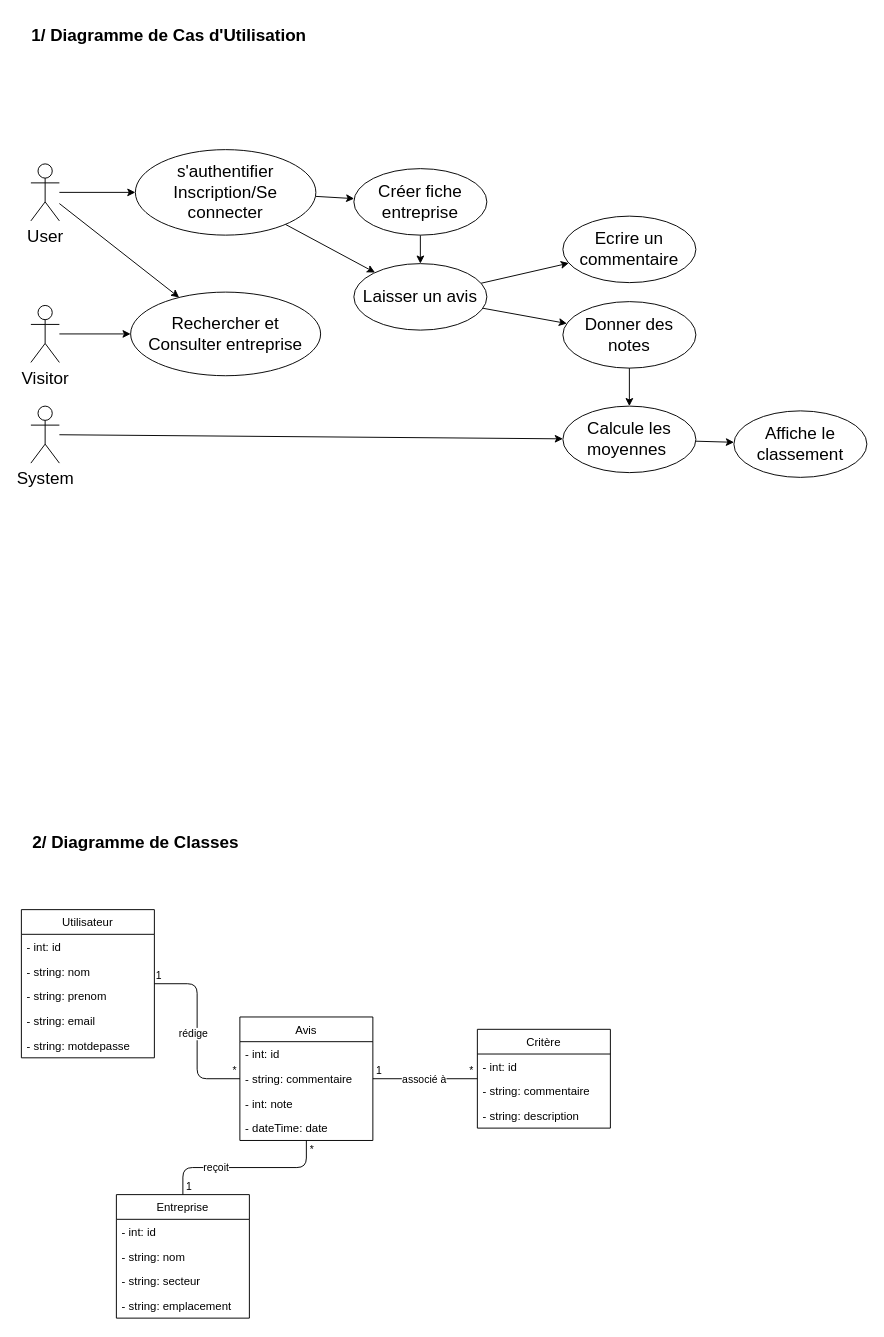
This is Documentation/WhosTheBoss.drawio from choquitofrito/Symfony_project_Whos_the_boss, a draw.io file, before an edit. Source tidied: cells renumbered, new cells numbered last; positions are measured from the earlier drawing's top-left corner, leaving out a move shared by most shapes. Both pictures are drawn from the tidied source at 95%, with x=0, y=0 at pixel (21, 16).
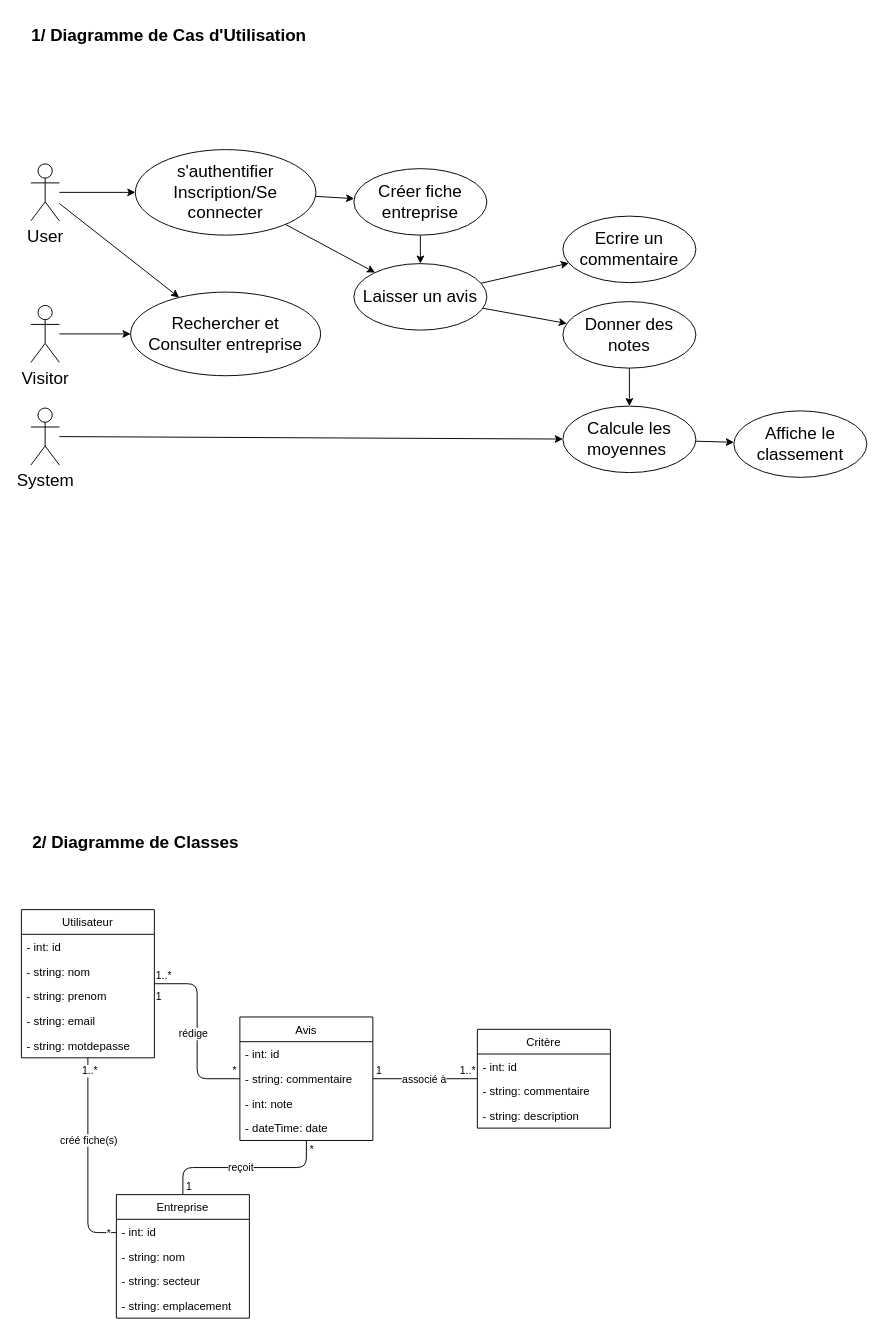
The same page after the edit.

Commit message:
correction diagramme classes

The change refers to these unchanged cells:
```xml
<mxCell id="2" value="Utilisateur" style="swimlane;fontStyle=0;horizontal=1;startSize=26;fillColor=none;" parent="1" vertex="1">
  <mxGeometry y="940" width="140" height="156" as="geometry" />
</mxCell>
<mxCell id="8" value="Entreprise" style="swimlane;fontStyle=0;horizontal=1;startSize=26;fillColor=none;" parent="1" vertex="1">
  <mxGeometry x="100" y="1240" width="140" height="130" as="geometry" />
</mxCell>
<mxCell id="22" style="endArrow=none;html=1;edgeStyle=orthogonalEdgeStyle;" parent="1" edge="1" source="2" target="13">
  <mxGeometry relative="1" as="geometry" />
</mxCell>
<mxCell id="26" style="endArrow=none;html=1;edgeStyle=orthogonalEdgeStyle;" parent="1" edge="1" source="13" target="8">
  <mxGeometry relative="1" as="geometry" />
</mxCell>
<mxCell id="30" style="endArrow=none;html=1;edgeStyle=orthogonalEdgeStyle;" parent="1" edge="1" source="18" target="13">
  <mxGeometry relative="1" as="geometry" />
</mxCell>
```

Diff of the diagram source:
```diff
@@
+    <mxCell id="58" style="edgeStyle=orthogonalEdgeStyle;html=1;endArrow=none;endFill=0;" parent="1" edge="1" source="2" target="8">
+      <mxGeometry relative="1" as="geometry">
+        <Array as="points">
+          <mxPoint x="70" y="1280" />
+        </Array>
+      </mxGeometry>
+    </mxCell>
+    <mxCell id="59" value="créé fiche(s)" style="edgeLabel;html=1;align=center;verticalAlign=middle;" parent="58" vertex="1">
+      <mxGeometry x="-0.2" y="-2" relative="1" as="geometry">
+        <mxPoint x="2" as="offset" />
+      </mxGeometry>
+    </mxCell>
+    <mxCell id="60" value="1..*" style="edgeLabel;html=1;align=center;verticalAlign=middle;" parent="58" vertex="1">
+      <mxGeometry x="-0.88" y="1" relative="1" as="geometry" />
+    </mxCell>
+    <mxCell id="61" value="*" style="edgeLabel;html=1;align=center;verticalAlign=middle;" parent="58" vertex="1">
+      <mxGeometry x="0.8" relative="1" as="geometry">
+        <mxPoint x="12" as="offset" />
+      </mxGeometry>
+    </mxCell>
@@
-    <mxCell id="23" value="1" style="edgeLabel;html=1;align=left;verticalAlign=bottom;" parent="22" vertex="1">
+    <mxCell id="23" value="1..*" style="edgeLabel;html=1;align=left;verticalAlign=bottom;" parent="22" vertex="1">
       <mxGeometry x="-1" relative="1" as="geometry" />
     </mxCell>
@@
     <mxCell id="29" value="reçoit" style="edgeLabel;html=1;align=center;verticalAlign=middle;" parent="26" vertex="1">
       <mxGeometry x="0.2" relative="1" as="geometry">
-        <mxPoint x="-12" as="offset" />
+        <mxPoint x="14" as="offset" />
       </mxGeometry>
     </mxCell>
@@
-    <mxCell id="31" value="*" style="edgeLabel;html=1;align=left;verticalAlign=bottom;" parent="30" vertex="1">
+    <mxCell id="31" value="1..*" style="edgeLabel;html=1;align=left;verticalAlign=bottom;" parent="30" vertex="1">
       <mxGeometry x="-1" relative="1" as="geometry">
-        <mxPoint x="-10" as="offset" />
+        <mxPoint x="-20" as="offset" />
       </mxGeometry>
     </mxCell>
@@
     <mxCell id="40" value="System" style="shape=umlActor;verticalLabelPosition=bottom;verticalAlign=top;html=1;fontSize=18;" parent="1" vertex="1">
-      <mxGeometry x="10" y="410" width="30" height="60" as="geometry" />
+      <mxGeometry x="10" y="412" width="30" height="60" as="geometry" />
     </mxCell>
@@
+    <mxCell id="62" value="1" style="edgeLabel;html=1;align=left;verticalAlign=bottom;" parent="1" vertex="1">
+      <mxGeometry x="140" y="1040" as="geometry" />
+    </mxCell>
```
